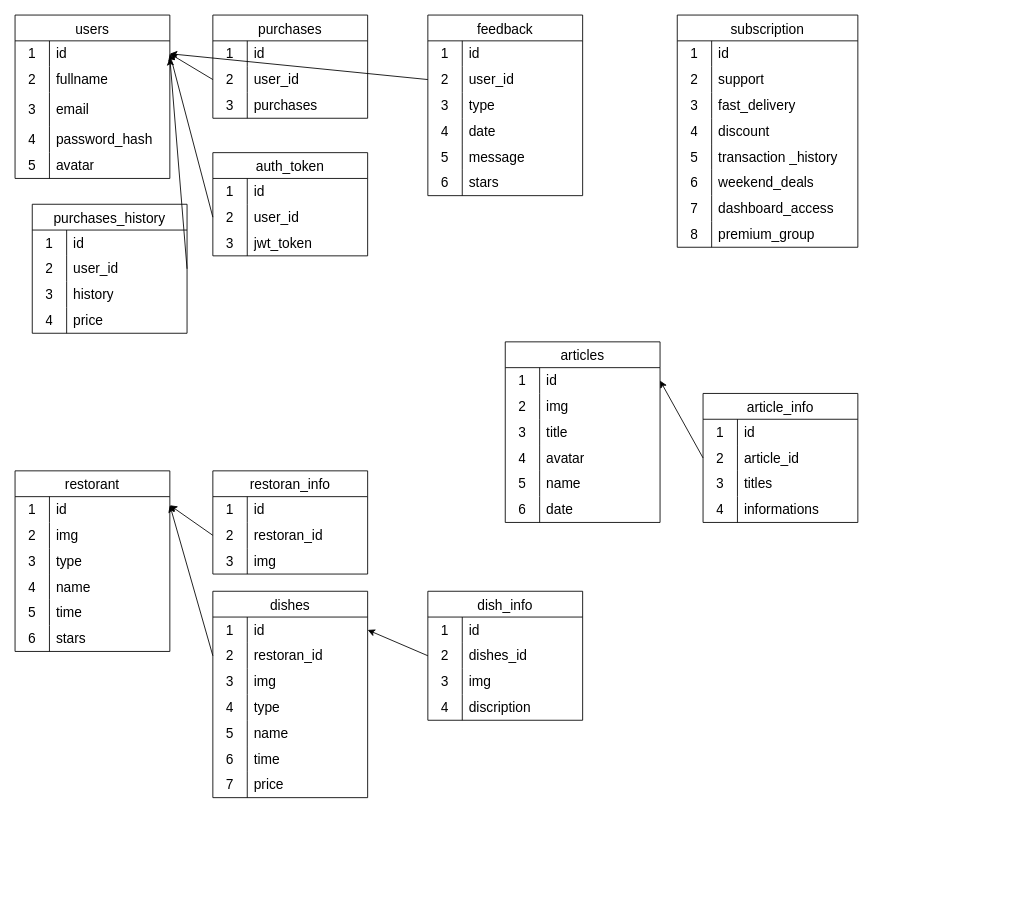
Before: api/src/database/.drawio in BlackDarkes/Eatly, a draw.io diagram. Source tidied: cells renumbered, new cells numbered last; positions are measured from the earlier drawing's top-left corner, leaving out a move shared by most shapes. Both pictures are drawn from the tidied source at 86%, with x=0, y=0 at pixel (15, 15).
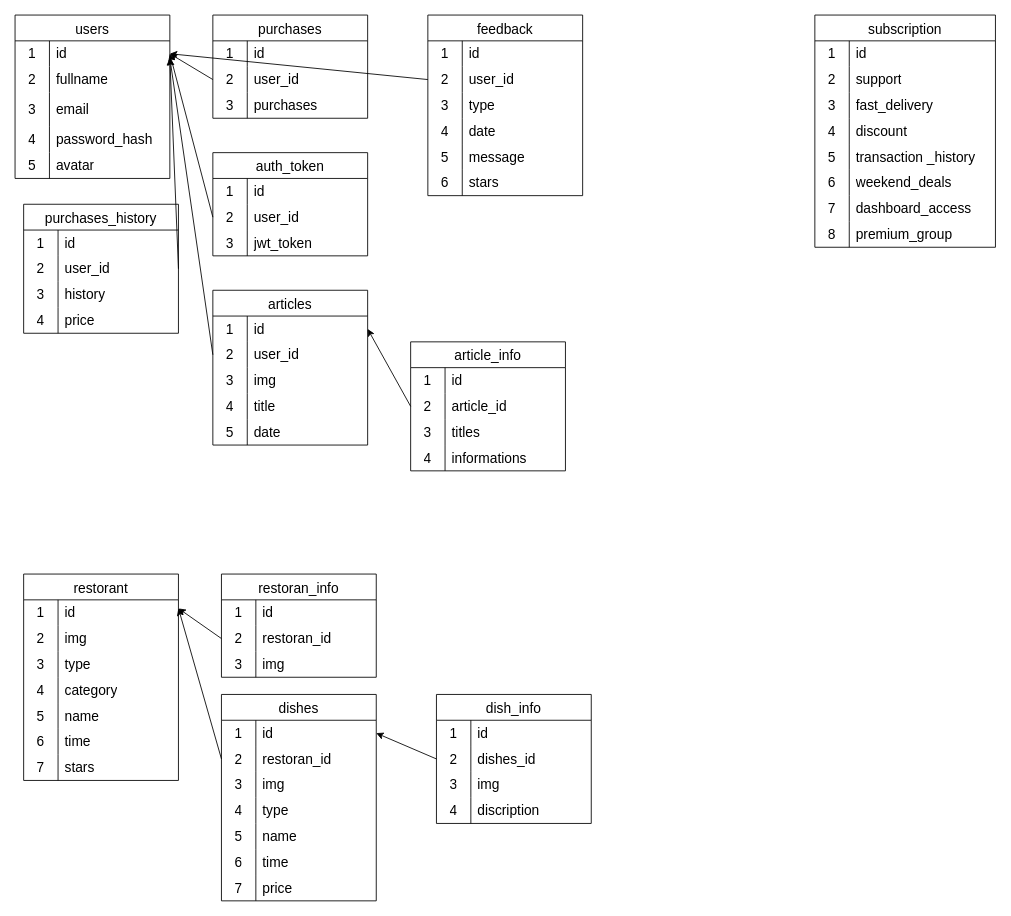
The same page after the edit.

Commit message (it also covers changes not shown here):
Переделаны схемы

Unchanged cells that the change refers to:
```xml
<mxCell id="63" style="shape=tableRow;horizontal=0;startSize=0;swimlaneHead=0;swimlaneBody=0;top=0;left=0;bottom=0;right=0;fillColor=none;points=[[0,0.5],[1,0.5]];portConstraint=eastwest;strokeColor=inherit;fontSize=16;" parent="59" vertex="1">
  <mxGeometry y="60" width="180" height="30" as="geometry" />
</mxCell>
<mxCell id="85" style="shape=tableRow;horizontal=0;startSize=0;swimlaneHead=0;swimlaneBody=0;top=0;left=0;bottom=0;right=0;fillColor=none;points=[[0,0.5],[1,0.5]];portConstraint=eastwest;strokeColor=inherit;fontSize=16;" parent="81" vertex="1">
  <mxGeometry y="60" width="180" height="30" as="geometry" />
</mxCell>
```

Change to the diagram source:
```diff
@@
     <mxCell id="18" value="restorant" style="shape=table;startSize=30;childLayout=tableLayout;rowLines=0;fontStyle=0;strokeColor=default;fontSize=16;" parent="1" vertex="1">
-      <mxGeometry y="530" width="180" height="210" as="geometry" />
+      <mxGeometry x="10" y="650" width="180" height="240" as="geometry" />
     </mxCell>
@@
+    <mxCell id="199" style="shape=tableRow;horizontal=0;startSize=0;swimlaneHead=0;swimlaneBody=0;top=0;left=0;bottom=0;right=0;fillColor=none;strokeColor=inherit;fontSize=16;" parent="18" vertex="1">
+      <mxGeometry y="120" width="180" height="30" as="geometry" />
+    </mxCell>
+    <mxCell id="200" value="4" style="shape=partialRectangle;html=1;whiteSpace=wrap;fillColor=none;top=0;left=0;bottom=0;right=0;overflow=hidden;strokeColor=inherit;fontSize=16;" parent="199" vertex="1">
+      <mxGeometry width="40" height="30" as="geometry" />
+    </mxCell>
+    <mxCell id="201" value="category" style="shape=partialRectangle;html=1;whiteSpace=wrap;fillColor=none;top=0;left=0;bottom=0;right=0;align=left;spacingLeft=6;overflow=hidden;strokeColor=inherit;fontSize=16;" parent="199" vertex="1">
+      <mxGeometry x="40" width="140" height="30" as="geometry" />
+    </mxCell>
     <mxCell id="28" style="shape=tableRow;horizontal=0;startSize=0;swimlaneHead=0;swimlaneBody=0;top=0;left=0;bottom=0;right=0;fillColor=none;strokeColor=inherit;fontSize=16;" parent="18" vertex="1">
-      <mxGeometry y="120" width="180" height="30" as="geometry" />
+      <mxGeometry y="150" width="180" height="30" as="geometry" />
     </mxCell>
-    <mxCell id="29" value="4" style="shape=partialRectangle;html=1;whiteSpace=wrap;fillColor=none;top=0;left=0;bottom=0;right=0;overflow=hidden;strokeColor=inherit;fontSize=16;" parent="28" vertex="1">
+    <mxCell id="29" value="5" style="shape=partialRectangle;html=1;whiteSpace=wrap;fillColor=none;top=0;left=0;bottom=0;right=0;overflow=hidden;strokeColor=inherit;fontSize=16;" parent="28" vertex="1">
       <mxGeometry width="40" height="30" as="geometry" />
     </mxCell>
@@
     <mxCell id="31" style="shape=tableRow;horizontal=0;startSize=0;swimlaneHead=0;swimlaneBody=0;top=0;left=0;bottom=0;right=0;fillColor=none;strokeColor=inherit;fontSize=16;" parent="18" vertex="1">
-      <mxGeometry y="150" width="180" height="30" as="geometry" />
+      <mxGeometry y="180" width="180" height="30" as="geometry" />
     </mxCell>
-    <mxCell id="32" value="5" style="shape=partialRectangle;html=1;whiteSpace=wrap;fillColor=none;top=0;left=0;bottom=0;right=0;overflow=hidden;strokeColor=inherit;fontSize=16;" parent="31" vertex="1">
+    <mxCell id="32" value="6" style="shape=partialRectangle;html=1;whiteSpace=wrap;fillColor=none;top=0;left=0;bottom=0;right=0;overflow=hidden;strokeColor=inherit;fontSize=16;" parent="31" vertex="1">
       <mxGeometry width="40" height="30" as="geometry" />
     </mxCell>
@@
     <mxCell id="34" style="shape=tableRow;horizontal=0;startSize=0;swimlaneHead=0;swimlaneBody=0;top=0;left=0;bottom=0;right=0;fillColor=none;strokeColor=inherit;fontSize=16;" parent="18" vertex="1">
-      <mxGeometry y="180" width="180" height="30" as="geometry" />
+      <mxGeometry y="210" width="180" height="30" as="geometry" />
     </mxCell>
-    <mxCell id="35" value="6" style="shape=partialRectangle;html=1;whiteSpace=wrap;fillColor=none;top=0;left=0;bottom=0;right=0;overflow=hidden;strokeColor=inherit;fontSize=16;" parent="34" vertex="1">
+    <mxCell id="35" value="7" style="shape=partialRectangle;html=1;whiteSpace=wrap;fillColor=none;top=0;left=0;bottom=0;right=0;overflow=hidden;strokeColor=inherit;fontSize=16;" parent="34" vertex="1">
       <mxGeometry width="40" height="30" as="geometry" />
     </mxCell>
@@
     <mxCell id="59" value="dishes" style="shape=table;startSize=30;childLayout=tableLayout;rowLines=0;fontStyle=0;strokeColor=default;fontSize=16;" parent="1" vertex="1">
-      <mxGeometry x="230" y="670" width="180" height="240" as="geometry" />
+      <mxGeometry x="240" y="790" width="180" height="240" as="geometry" />
     </mxCell>
@@
     <mxCell id="81" value="restoran_info" style="shape=table;startSize=30;childLayout=tableLayout;rowLines=0;fontStyle=0;strokeColor=default;fontSize=16;" parent="1" vertex="1">
-      <mxGeometry x="230" y="530" width="180" height="120" as="geometry" />
+      <mxGeometry x="240" y="650" width="180" height="120" as="geometry" />
     </mxCell>
@@
     <mxCell id="91" style="edgeStyle=none;html=1;exitX=0;exitY=0.5;exitDx=0;exitDy=0;" parent="1" edge="1" source="85">
       <mxGeometry relative="1" as="geometry">
-        <mxPoint x="180" y="570" as="targetPoint" />
+        <mxPoint x="190" y="690" as="targetPoint" />
       </mxGeometry>
     </mxCell>
     <mxCell id="92" style="edgeStyle=none;html=1;exitX=0;exitY=0.5;exitDx=0;exitDy=0;" parent="1" edge="1" source="63">
       <mxGeometry relative="1" as="geometry">
-        <mxPoint x="180" y="570" as="targetPoint" />
+        <mxPoint x="190" y="690" as="targetPoint" />
       </mxGeometry>
     </mxCell>
     <mxCell id="93" value="dish_info" style="shape=table;startSize=30;childLayout=tableLayout;rowLines=0;fontStyle=0;strokeColor=default;fontSize=16;" parent="1" vertex="1">
-      <mxGeometry x="480" y="670" width="180" height="150" as="geometry" />
+      <mxGeometry x="490" y="790" width="180" height="150" as="geometry" />
     </mxCell>
@@
     <mxCell id="107" value="subscription" style="shape=table;startSize=30;childLayout=tableLayout;rowLines=0;fontStyle=0;strokeColor=default;fontSize=16;" parent="1" vertex="1">
-      <mxGeometry x="770" width="210" height="270" as="geometry" />
+      <mxGeometry x="930" width="210" height="270" as="geometry" />
     </mxCell>
@@
     <mxCell id="151" value="purchases_history" style="shape=table;startSize=30;childLayout=tableLayout;rowLines=0;fontStyle=0;strokeColor=default;fontSize=16;" parent="1" vertex="1">
-      <mxGeometry x="20" y="220" width="180" height="150" as="geometry" />
+      <mxGeometry x="10" y="220" width="180" height="150" as="geometry" />
     </mxCell>
@@
     <mxCell id="165" value="articles" style="shape=table;startSize=30;childLayout=tableLayout;rowLines=0;fontStyle=0;strokeColor=default;fontSize=16;" parent="1" vertex="1">
-      <mxGeometry x="570" y="380" width="180" height="210" as="geometry" />
+      <mxGeometry x="230" y="320" width="180" height="180" as="geometry" />
     </mxCell>
@@
+    <mxCell id="175" style="shape=tableRow;horizontal=0;startSize=0;swimlaneHead=0;swimlaneBody=0;top=0;left=0;bottom=0;right=0;fillColor=none;points=[[0,0.5],[1,0.5]];portConstraint=eastwest;strokeColor=inherit;fontSize=16;" parent="165" vertex="1">
+      <mxGeometry y="60" width="180" height="30" as="geometry" />
+    </mxCell>
+    <mxCell id="176" value="2" style="shape=partialRectangle;html=1;whiteSpace=wrap;fillColor=none;top=0;left=0;bottom=0;right=0;overflow=hidden;strokeColor=inherit;fontSize=16;" parent="175" vertex="1">
+      <mxGeometry width="40" height="30" as="geometry" />
+    </mxCell>
+    <mxCell id="177" value="user_id" style="shape=partialRectangle;html=1;whiteSpace=wrap;fillColor=none;top=0;left=0;bottom=0;right=0;align=left;spacingLeft=6;overflow=hidden;strokeColor=inherit;fontSize=16;" parent="175" vertex="1">
+      <mxGeometry x="40" width="140" height="30" as="geometry" />
+    </mxCell>
     <mxCell id="169" style="shape=tableRow;horizontal=0;startSize=0;swimlaneHead=0;swimlaneBody=0;top=0;left=0;bottom=0;right=0;fillColor=none;strokeColor=inherit;fontSize=16;" parent="165" vertex="1">
-      <mxGeometry y="60" width="180" height="30" as="geometry" />
+      <mxGeometry y="90" width="180" height="30" as="geometry" />
     </mxCell>
-    <mxCell id="170" value="2" style="shape=partialRectangle;html=1;whiteSpace=wrap;fillColor=none;top=0;left=0;bottom=0;right=0;overflow=hidden;strokeColor=inherit;fontSize=16;" parent="169" vertex="1">
+    <mxCell id="170" value="3" style="shape=partialRectangle;html=1;whiteSpace=wrap;fillColor=none;top=0;left=0;bottom=0;right=0;overflow=hidden;strokeColor=inherit;fontSize=16;" parent="169" vertex="1">
       <mxGeometry width="40" height="30" as="geometry" />
     </mxCell>
@@
     <mxCell id="172" style="shape=tableRow;horizontal=0;startSize=0;swimlaneHead=0;swimlaneBody=0;top=0;left=0;bottom=0;right=0;fillColor=none;strokeColor=inherit;fontSize=16;" parent="165" vertex="1">
-      <mxGeometry y="90" width="180" height="30" as="geometry" />
+      <mxGeometry y="120" width="180" height="30" as="geometry" />
     </mxCell>
-    <mxCell id="173" value="3" style="shape=partialRectangle;html=1;whiteSpace=wrap;fillColor=none;top=0;left=0;bottom=0;right=0;overflow=hidden;strokeColor=inherit;fontSize=16;" parent="172" vertex="1">
+    <mxCell id="173" value="4" style="shape=partialRectangle;html=1;whiteSpace=wrap;fillColor=none;top=0;left=0;bottom=0;right=0;overflow=hidden;strokeColor=inherit;fontSize=16;" parent="172" vertex="1">
       <mxGeometry width="40" height="30" as="geometry" />
     </mxCell>
@@
-    <mxCell id="175" style="shape=tableRow;horizontal=0;startSize=0;swimlaneHead=0;swimlaneBody=0;top=0;left=0;bottom=0;right=0;fillColor=none;points=[[0,0.5],[1,0.5]];portConstraint=eastwest;strokeColor=inherit;fontSize=16;" parent="165" vertex="1">
-      <mxGeometry y="120" width="180" height="30" as="geometry" />
-    </mxCell>
-    <mxCell id="176" value="4" style="shape=partialRectangle;html=1;whiteSpace=wrap;fillColor=none;top=0;left=0;bottom=0;right=0;overflow=hidden;strokeColor=inherit;fontSize=16;" parent="175" vertex="1">
-      <mxGeometry width="40" height="30" as="geometry" />
-    </mxCell>
-    <mxCell id="177" value="avatar" style="shape=partialRectangle;html=1;whiteSpace=wrap;fillColor=none;top=0;left=0;bottom=0;right=0;align=left;spacingLeft=6;overflow=hidden;strokeColor=inherit;fontSize=16;" parent="175" vertex="1">
-      <mxGeometry x="40" width="140" height="30" as="geometry" />
-    </mxCell>
-    <mxCell id="178" style="shape=tableRow;horizontal=0;startSize=0;swimlaneHead=0;swimlaneBody=0;top=0;left=0;bottom=0;right=0;fillColor=none;strokeColor=inherit;fontSize=16;" parent="165" vertex="1">
-      <mxGeometry y="150" width="180" height="30" as="geometry" />
-    </mxCell>
-    <mxCell id="179" value="5" style="shape=partialRectangle;html=1;whiteSpace=wrap;fillColor=none;top=0;left=0;bottom=0;right=0;overflow=hidden;strokeColor=inherit;fontSize=16;" parent="178" vertex="1">
-      <mxGeometry width="40" height="30" as="geometry" />
-    </mxCell>
-    <mxCell id="180" value="name" style="shape=partialRectangle;html=1;whiteSpace=wrap;fillColor=none;top=0;left=0;bottom=0;right=0;align=left;spacingLeft=6;overflow=hidden;strokeColor=inherit;fontSize=16;" parent="178" vertex="1">
-      <mxGeometry x="40" width="140" height="30" as="geometry" />
-    </mxCell>
     <mxCell id="181" style="shape=tableRow;horizontal=0;startSize=0;swimlaneHead=0;swimlaneBody=0;top=0;left=0;bottom=0;right=0;fillColor=none;strokeColor=inherit;fontSize=16;" parent="165" vertex="1">
-      <mxGeometry y="180" width="180" height="30" as="geometry" />
+      <mxGeometry y="150" width="180" height="30" as="geometry" />
     </mxCell>
-    <mxCell id="182" value="6" style="shape=partialRectangle;html=1;whiteSpace=wrap;fillColor=none;top=0;left=0;bottom=0;right=0;overflow=hidden;strokeColor=inherit;fontSize=16;" parent="181" vertex="1">
+    <mxCell id="182" value="5" style="shape=partialRectangle;html=1;whiteSpace=wrap;fillColor=none;top=0;left=0;bottom=0;right=0;overflow=hidden;strokeColor=inherit;fontSize=16;" parent="181" vertex="1">
       <mxGeometry width="40" height="30" as="geometry" />
     </mxCell>
@@
     <mxCell id="184" value="article_info" style="shape=table;startSize=30;childLayout=tableLayout;rowLines=0;fontStyle=0;strokeColor=default;fontSize=16;" parent="1" vertex="1">
-      <mxGeometry x="800" y="440" width="180" height="150" as="geometry" />
+      <mxGeometry x="460" y="380" width="180" height="150" as="geometry" />
     </mxCell>
@@
+    <mxCell id="202" style="edgeStyle=none;html=1;exitX=0;exitY=0.5;exitDx=0;exitDy=0;" parent="1" edge="1" source="175">
+      <mxGeometry relative="1" as="geometry">
+        <mxPoint x="180" y="50" as="targetPoint" />
+      </mxGeometry>
+    </mxCell>
```
